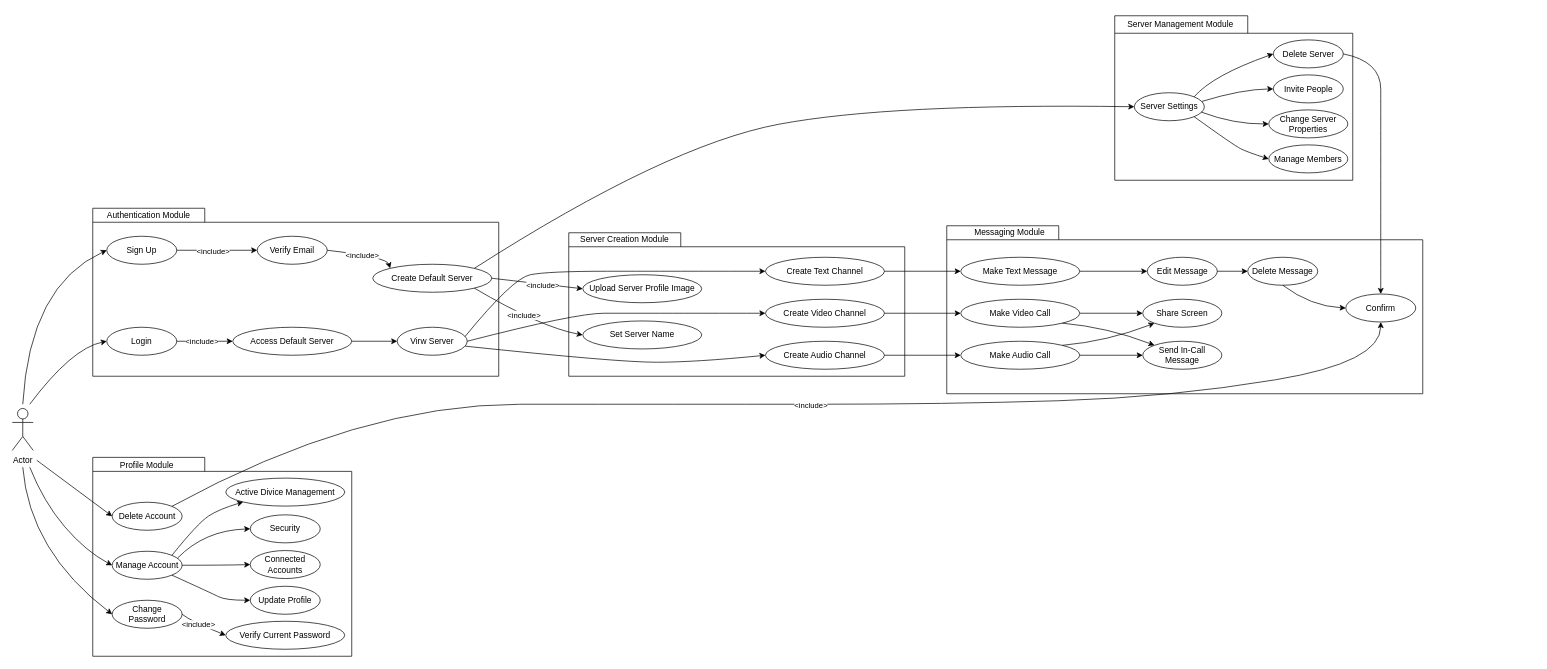
Before: Usecase Diagram/Untitled Diagram.drawio in Harshul1484/BMP-, a draw.io diagram. Source tidied: cells renumbered, new cells numbered last; positions are measured from the earlier drawing's top-left corner, leaving out a move shared by most shapes. Both pictures are drawn from the tidied source at 70%, with x=0, y=0 at pixel (12, 12).
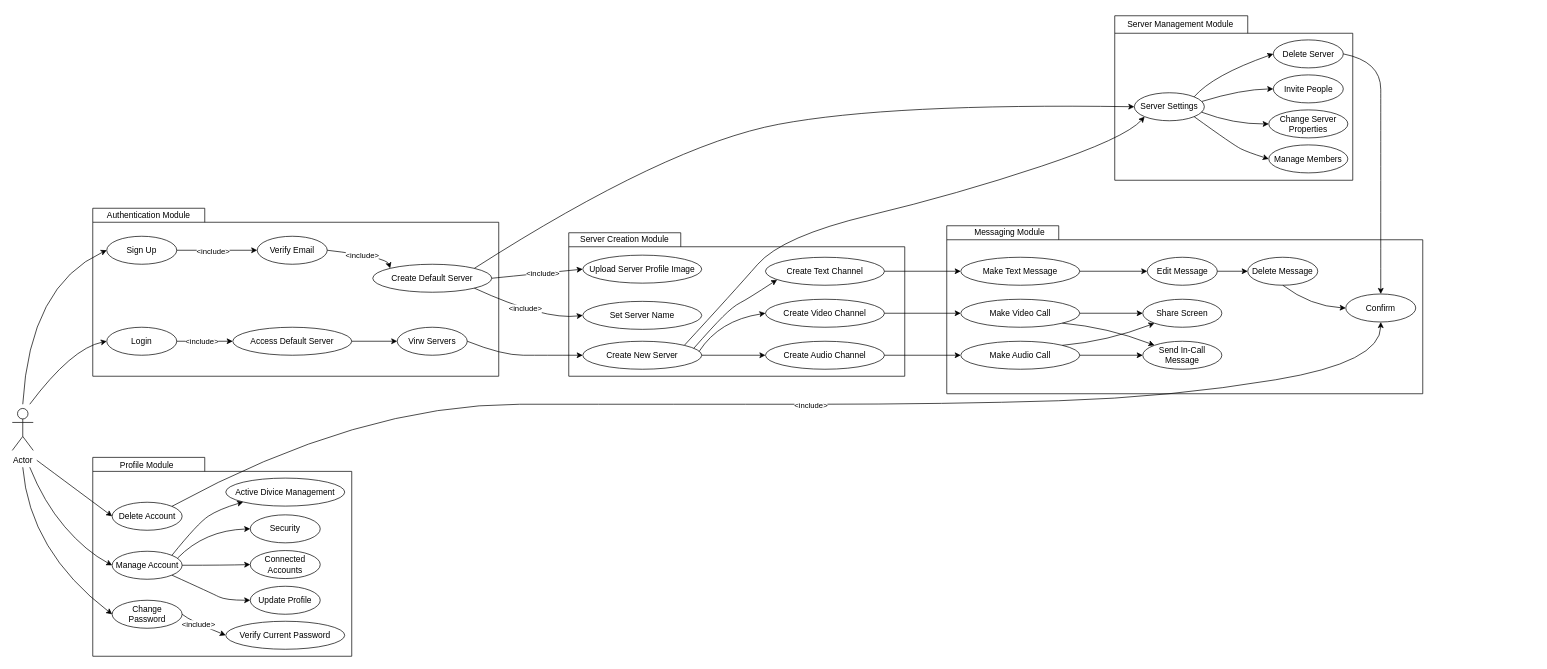
The same page after the edit.

The change refers to these unchanged cells:
```xml
<mxCell id="13" value="Create Default Server" style="ellipse;whiteSpace=wrap;html=1;align=center;fillColor=none;" parent="1" vertex="1">
  <mxGeometry x="515" y="360" width="170" height="40" as="geometry" />
</mxCell>
<mxCell id="41" style="group;fillColor=none;" parent="1" vertex="1">
  <mxGeometry x="795" y="310" width="580" height="245" as="geometry" />
</mxCell>
<mxCell id="45" value="Create Text Channel" style="ellipse;whiteSpace=wrap;html=1;align=center;fillColor=none;" parent="41" vertex="1">
  <mxGeometry x="281" y="40" width="170" height="40" as="geometry" />
</mxCell>
<mxCell id="46" value="Create Video Channel" style="ellipse;whiteSpace=wrap;html=1;align=center;fillColor=none;" parent="41" vertex="1">
  <mxGeometry x="281" y="100" width="170" height="40" as="geometry" />
</mxCell>
<mxCell id="47" value="Create Audio Channel" style="ellipse;whiteSpace=wrap;html=1;align=center;fillColor=none;" parent="41" vertex="1">
  <mxGeometry x="281" y="160" width="170" height="40" as="geometry" />
</mxCell>
<mxCell id="59" value="Server Settings" style="ellipse;whiteSpace=wrap;html=1;align=center;fillColor=none;" parent="56" vertex="1">
  <mxGeometry x="8" y="115" width="100" height="40" as="geometry" />
</mxCell>
```

Change to the diagram source:
```diff
@@
-    <mxCell id="16" value="Virw Server" style="ellipse;whiteSpace=wrap;html=1;align=center;fillColor=none;" parent="1" vertex="1">
+    <mxCell id="16" value="Virw Servers" style="ellipse;whiteSpace=wrap;html=1;align=center;fillColor=none;" parent="1" vertex="1">
       <mxGeometry x="550" y="450" width="100" height="40" as="geometry" />
     </mxCell>
@@
     <mxCell id="44" value="Upload Server Profile Image" style="ellipse;whiteSpace=wrap;html=1;align=center;fillColor=none;" parent="41" vertex="1">
-      <mxGeometry x="20" y="65" width="170" height="40" as="geometry" />
+      <mxGeometry x="20" y="37" width="170" height="40" as="geometry" />
     </mxCell>
@@
     <mxCell id="48" value="Set Server Name" style="ellipse;whiteSpace=wrap;html=1;align=center;fillColor=none;" parent="41" vertex="1">
-      <mxGeometry x="20" y="131" width="170" height="40" as="geometry" />
+      <mxGeometry x="20" y="103" width="170" height="40" as="geometry" />
     </mxCell>
+    <mxCell id="93" style="edgeStyle=orthogonalEdgeStyle;rounded=0;jettySize=auto;html=1;exitX=1;exitY=0.5;exitDx=0;exitDy=0;entryX=0;entryY=0.5;entryDx=0;entryDy=0;" parent="41" edge="1" source="94" target="47">
+      <mxGeometry relative="1" as="geometry" />
+    </mxCell>
+    <mxCell id="94" value="Create New Server" style="ellipse;whiteSpace=wrap;html=1;align=center;fillColor=none;" parent="41" vertex="1">
+      <mxGeometry x="20" y="160" width="170" height="40" as="geometry" />
+    </mxCell>
+    <mxCell id="95" style="curved=1;endArrow=classic;html=1;rounded=0;exitX=0.978;exitY=0.363;exitDx=0;exitDy=0;entryX=0;entryY=0.5;entryDx=0;entryDy=0;exitPerimeter=0;" parent="41" edge="1" source="94" target="46">
+      <mxGeometry relative="1" as="geometry">
+        <Array as="points">
+          <mxPoint x="215" y="130" />
+        </Array>
+      </mxGeometry>
+    </mxCell>
+    <mxCell id="96" style="curved=1;endArrow=classic;html=1;rounded=0;exitX=0.933;exitY=0.252;exitDx=0;exitDy=0;exitPerimeter=0;entryX=0.098;entryY=0.802;entryDx=0;entryDy=0;entryPerimeter=0;" parent="41" edge="1" source="94" target="45">
+      <mxGeometry relative="1" as="geometry">
+        <Array as="points">
+          <mxPoint x="205" y="140" />
+          <mxPoint x="235" y="110" />
+          <mxPoint x="255" y="100" />
+        </Array>
+      </mxGeometry>
+    </mxCell>
-    <mxCell id="49" style="curved=1;endArrow=classic;html=1;rounded=0;exitX=1;exitY=0.5;exitDx=0;exitDy=0;entryX=0;entryY=0.5;entryDx=0;entryDy=0;fillColor=none;" parent="1" edge="1" source="13" target="44">
+    <mxCell id="49" style="curved=1;endArrow=classic;html=1;rounded=0;exitX=1;exitY=0.5;exitDx=0;exitDy=0;entryX=0;entryY=0.5;entryDx=0;entryDy=0;fillColor=none;strokeColor=#000000;" parent="1" edge="1" source="13" target="44">
       <mxGeometry relative="1" as="geometry" />
     </mxCell>
@@
     <mxCell id="51" style="curved=1;endArrow=classic;html=1;rounded=0;exitX=1;exitY=1;exitDx=0;exitDy=0;entryX=0;entryY=0.5;entryDx=0;entryDy=0;fillColor=none;" parent="1" edge="1" source="13" target="48">
       <mxGeometry relative="1" as="geometry">
         <Array as="points">
-          <mxPoint x="755" y="450" />
+          <mxPoint x="760" y="440" />
         </Array>
       </mxGeometry>
     </mxCell>
@@
-    <mxCell id="53" style="curved=1;endArrow=classic;html=1;rounded=0;exitX=0.97;exitY=0.675;exitDx=0;exitDy=0;entryX=0;entryY=0.5;entryDx=0;entryDy=0;exitPerimeter=0;fillColor=none;" parent="1" edge="1" source="16" target="47">
-      <mxGeometry relative="1" as="geometry">
-        <Array as="points">
-          <mxPoint x="865" y="500" />
-          <mxPoint x="975" y="500" />
-        </Array>
-      </mxGeometry>
-    </mxCell>
-    <mxCell id="54" style="curved=1;endArrow=classic;html=1;rounded=0;exitX=0.97;exitY=0.327;exitDx=0;exitDy=0;entryX=0;entryY=0.5;entryDx=0;entryDy=0;exitPerimeter=0;fillColor=none;" parent="1" edge="1" source="16" target="45">
-      <mxGeometry relative="1" as="geometry">
-        <Array as="points">
-          <mxPoint x="715" y="380" />
-          <mxPoint x="765" y="370" />
-          <mxPoint x="935" y="370" />
-          <mxPoint x="1025" y="370" />
-        </Array>
-      </mxGeometry>
-    </mxCell>
-    <mxCell id="55" style="curved=1;endArrow=classic;html=1;rounded=0;exitX=1;exitY=0.5;exitDx=0;exitDy=0;entryX=0;entryY=0.5;entryDx=0;entryDy=0;fillColor=none;" parent="1" edge="1" source="16" target="46">
-      <mxGeometry relative="1" as="geometry">
-        <Array as="points">
-          <mxPoint x="805" y="430" />
-          <mxPoint x="885" y="430" />
-          <mxPoint x="965" y="430" />
-          <mxPoint x="995" y="430" />
-          <mxPoint x="1025" y="430" />
-        </Array>
-      </mxGeometry>
-    </mxCell>
@@
+    <mxCell id="97" style="curved=1;endArrow=classic;html=1;rounded=0;exitX=1;exitY=0.5;exitDx=0;exitDy=0;entryX=0;entryY=0.5;entryDx=0;entryDy=0;" parent="1" edge="1" source="16" target="94">
+      <mxGeometry relative="1" as="geometry">
+        <Array as="points">
+          <mxPoint x="700" y="490" />
+          <mxPoint x="760" y="490" />
+        </Array>
+      </mxGeometry>
+    </mxCell>
+    <mxCell id="98" style="curved=1;endArrow=classic;html=1;rounded=0;exitX=1;exitY=0;exitDx=0;exitDy=0;entryX=0;entryY=1;entryDx=0;entryDy=0;" parent="1" edge="1" source="94" target="59">
+      <mxGeometry relative="1" as="geometry">
+        <Array as="points">
+          <mxPoint x="1030" y="400" />
+          <mxPoint x="1100" y="320" />
+          <mxPoint x="1350" y="260" />
+          <mxPoint x="1590" y="180" />
+        </Array>
+      </mxGeometry>
+    </mxCell>
```
